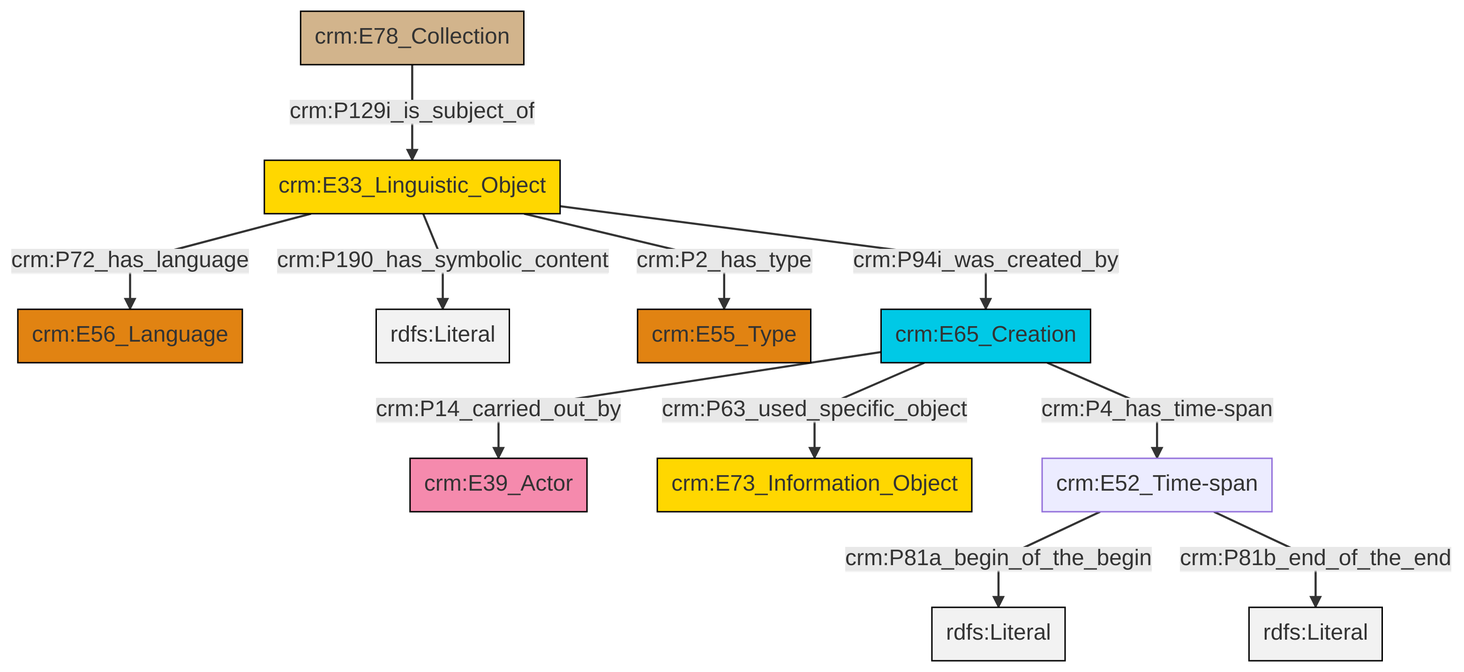
swiss-art-research-net/docs.swissartresearch keeps this Mermaid diagram as et/archivalCSV/ttl/mmd/png/archival_desc.png. Above is the earlier version. Its source is kept beside it as et/archivalCSV/ttl/mmd/archival_desc.ttl.mmd.
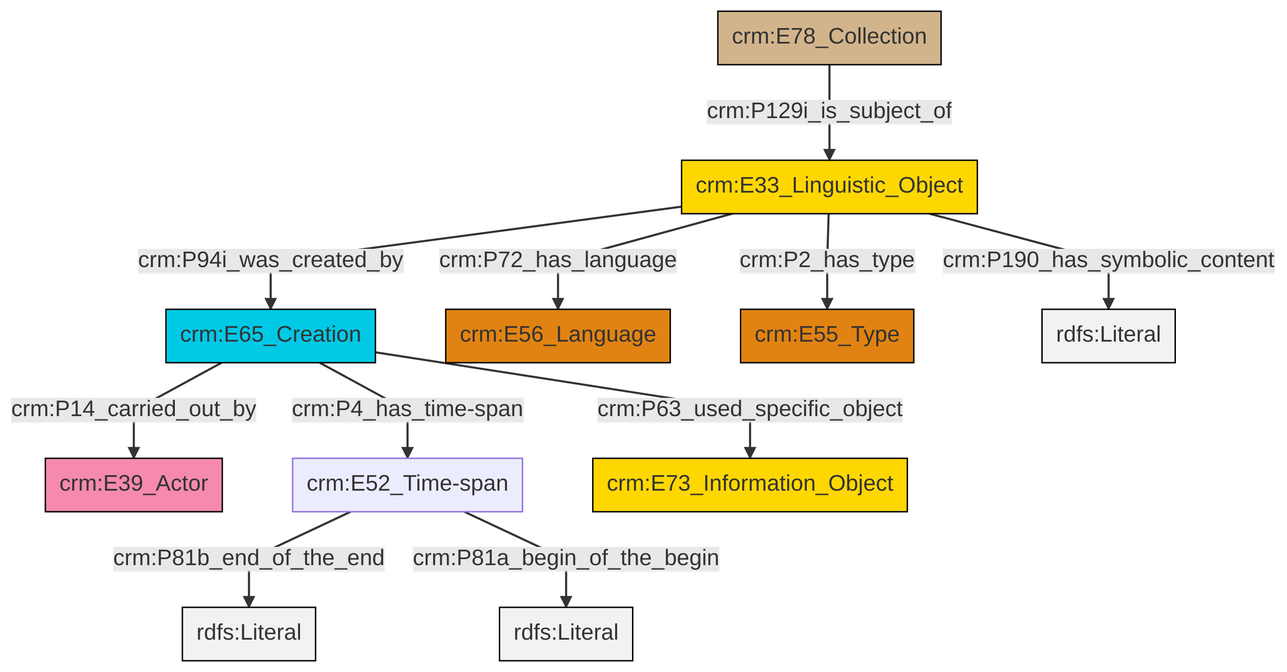
After the commit.

Diff of the diagram source:
```diff
@@ -13,13 +13,13 @@
 classDef PC_Classes fill:#4ce600, stroke:#000000;
 classDef Multi fill:#cccccc,stroke:#000000;
 
-0["crm:E33_Linguistic_Object"]:::Conceptual_Object -->|crm:P72_has_language| 1["crm:E56_Language"]:::Type
-0["crm:E33_Linguistic_Object"]:::Conceptual_Object -->|crm:P190_has_symbolic_content| 2[rdfs:Literal]:::Literal
-11["crm:E78_Collection"]:::Physical_Thing -->|crm:P129i_is_subject_of| 0["crm:E33_Linguistic_Object"]:::Conceptual_Object
-0["crm:E33_Linguistic_Object"]:::Conceptual_Object -->|crm:P2_has_type| 3["crm:E55_Type"]:::Type
-15["crm:E52_Time-span"]:::Default -->|crm:P81a_begin_of_the_begin| 16[rdfs:Literal]:::Literal
-9["crm:E65_Creation"]:::Temporal_Entity -->|crm:P14_carried_out_by| 7["crm:E39_Actor"]:::Actor
-15["crm:E52_Time-span"]:::Default -->|crm:P81b_end_of_the_end| 17[rdfs:Literal]:::Literal
-0["crm:E33_Linguistic_Object"]:::Conceptual_Object -->|crm:P94i_was_created_by| 9["crm:E65_Creation"]:::Temporal_Entity
-9["crm:E65_Creation"]:::Temporal_Entity -->|crm:P63_used_specific_object| 12["crm:E73_Information_Object"]:::Conceptual_Object
-9["crm:E65_Creation"]:::Temporal_Entity -->|crm:P4_has_time-span| 15["crm:E52_Time-span"]:::Default
+0["crm:E65_Creation"]:::Temporal_Entity -->|crm:P14_carried_out_by| 1["crm:E39_Actor"]:::Actor
+4["crm:E33_Linguistic_Object"]:::Conceptual_Object -->|crm:P72_has_language| 5["crm:E56_Language"]:::Type
+4["crm:E33_Linguistic_Object"]:::Conceptual_Object -->|crm:P94i_was_created_by| 0["crm:E65_Creation"]:::Temporal_Entity
+0["crm:E65_Creation"]:::Temporal_Entity -->|crm:P4_has_time-span| 6["crm:E52_Time-span"]:::Default
+4["crm:E33_Linguistic_Object"]:::Conceptual_Object -->|crm:P2_has_type| 8["crm:E55_Type"]:::Type
+0["crm:E65_Creation"]:::Temporal_Entity -->|crm:P63_used_specific_object| 10["crm:E73_Information_Object"]:::Conceptual_Object
+2["crm:E78_Collection"]:::Physical_Thing -->|crm:P129i_is_subject_of| 4["crm:E33_Linguistic_Object"]:::Conceptual_Object
+6["crm:E52_Time-span"]:::Default -->|crm:P81b_end_of_the_end| 11[rdfs:Literal]:::Literal
+4["crm:E33_Linguistic_Object"]:::Conceptual_Object -->|crm:P190_has_symbolic_content| 13[rdfs:Literal]:::Literal
+6["crm:E52_Time-span"]:::Default -->|crm:P81a_begin_of_the_begin| 15[rdfs:Literal]:::Literal
```
